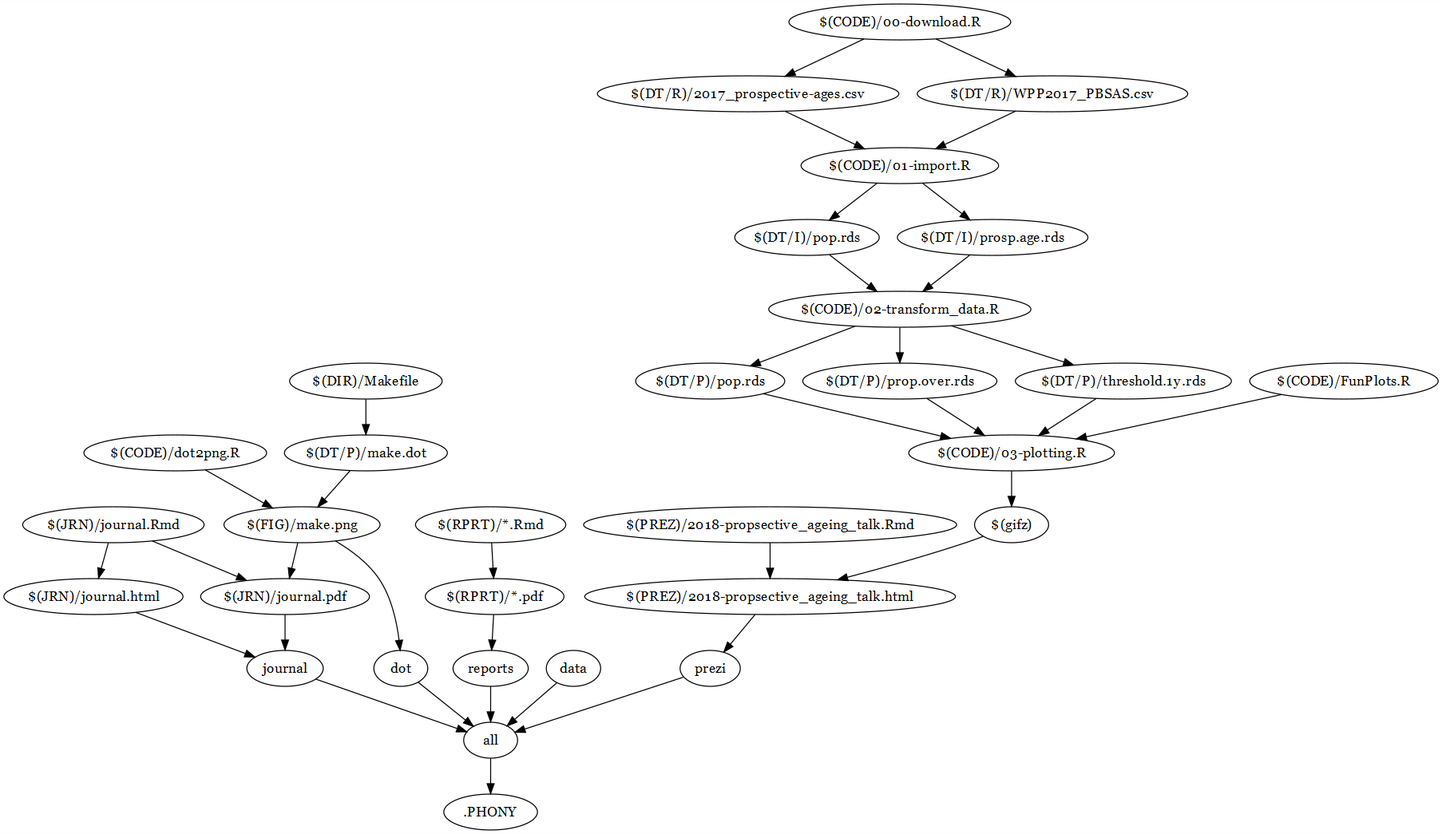
majazaloznik/2018-prospective_ageing_talk keeps this Graphviz diagram as figures/make.png. Above is the earlier version. Its source is kept beside it as data/processed/make.dot.
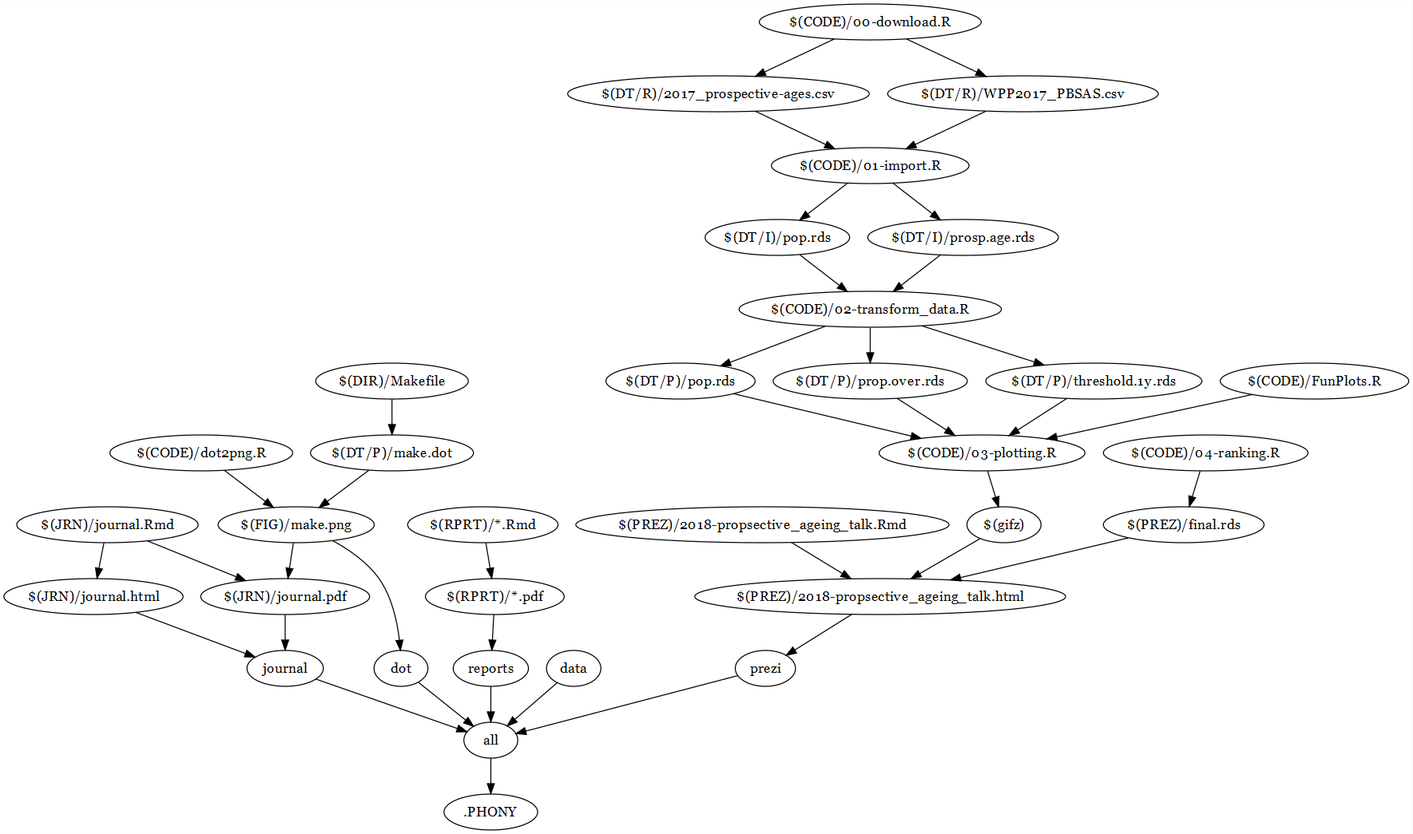
Later version of the same file.

Diff of the diagram source:
```diff
@@ -32,6 +32,9 @@
 	"$(PREZ)/2018-propsective_ageing_talk.html"
 	"$(PREZ)/2018-propsective_ageing_talk.Rmd" -> "$(PREZ)/2018-propsective_ageing_talk.html"
 	"$(gifz)" -> "$(PREZ)/2018-propsective_ageing_talk.html"
+	"$(PREZ)/final.rds" -> "$(PREZ)/2018-propsective_ageing_talk.html"
+	"$(PREZ)/final.rds"
+	"$(CODE)/04-ranking.R" -> "$(PREZ)/final.rds"
 	"$(gifz)"
 	"$(CODE)/03-plotting.R" -> "$(gifz)"
 	"$(CODE)/03-plotting.R"
```
